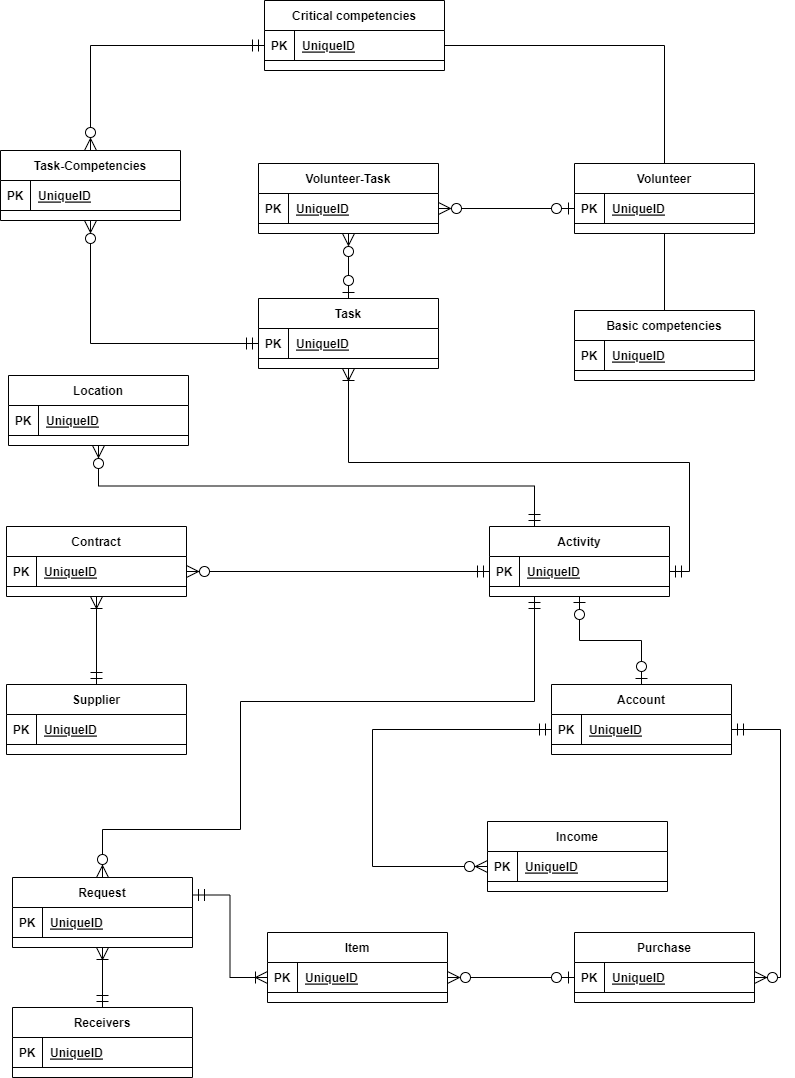
Above: ERD 2.0.png in C4ptainHook/Database-Coursework (draw.io), before the change. Source tidied: cells renumbered, new cells last; positions are measured from the earlier drawing's top-left corner, leaving out a move shared by most shapes.
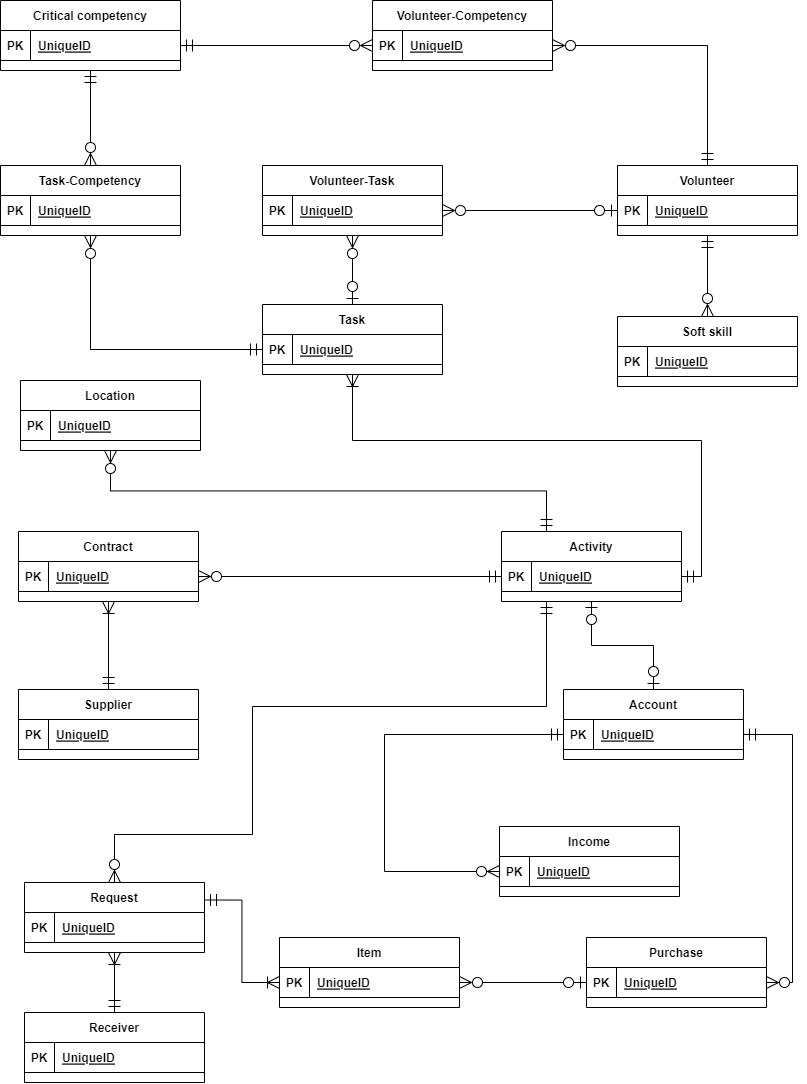
Later version of the same file.

Commit message:
ERD rels

What changed in the source:
```diff
@@ -62,7 +62,7 @@
     <mxCell id="21" value="UniqueID" style="shape=partialRectangle;fillColor=none;top=0;left=0;bottom=0;right=0;align=left;spacingLeft=6;fontStyle=5;overflow=hidden;" parent="19" vertex="1">
       <mxGeometry x="30" width="150" height="30" as="geometry" />
     </mxCell>
-    <mxCell id="22" value="Receivers" style="shape=table;startSize=30;rowLines=0;fontStyle=1;align=center;" parent="1" vertex="1">
+    <mxCell id="22" value="Receiver" style="shape=table;startSize=30;rowLines=0;fontStyle=1;align=center;" parent="1" vertex="1">
       <mxGeometry x="12" y="1007" width="180" height="70" as="geometry" />
     </mxCell>
     <mxCell id="23" style="shape=tableRow;horizontal=0;startSize=0;swimlaneHead=0;swimlaneBody=0;fillColor=none;top=0;left=0;right=0;bottom=1;" parent="22" vertex="1">
@@ -90,7 +90,7 @@
       <mxGeometry relative="1" as="geometry" />
     </mxCell>
     <mxCell id="31" value="Task" style="shape=table;startSize=30;rowLines=0;fontStyle=1;align=center;" parent="1" vertex="1">
-      <mxGeometry x="258" y="298" width="180" height="70" as="geometry" />
+      <mxGeometry x="250" y="299" width="180" height="70" as="geometry" />
     </mxCell>
     <mxCell id="32" style="shape=tableRow;horizontal=0;startSize=0;swimlaneHead=0;swimlaneBody=0;fillColor=none;points=[[0,0.5],[1,0.5]];portConstraint=eastwest;top=0;left=0;right=0;bottom=1;" parent="31" vertex="1">
       <mxGeometry y="30" width="180" height="30" as="geometry" />
@@ -113,11 +113,11 @@
     <mxCell id="38" value="UniqueID" style="shape=partialRectangle;fillColor=none;top=0;left=0;bottom=0;right=0;align=left;spacingLeft=6;fontStyle=5;overflow=hidden;" parent="36" vertex="1">
       <mxGeometry x="30" width="150" height="30" as="geometry" />
     </mxCell>
-    <mxCell id="39" style="edgeStyle=orthogonalEdgeStyle;rounded=0;jettySize=auto;html=1;exitX=0.5;exitY=1;exitDx=0;exitDy=0;entryX=0.5;entryY=0;entryDx=0;entryDy=0;endArrow=none;endFill=0;" parent="1" edge="1" source="40" target="44">
+    <mxCell id="39" style="edgeStyle=orthogonalEdgeStyle;rounded=0;jettySize=auto;html=1;exitX=0.5;exitY=1;exitDx=0;exitDy=0;entryX=0.5;entryY=0;entryDx=0;entryDy=0;endArrow=ERzeroToMany;endFill=0;startArrow=ERmandOne;startFill=0;endSize=10;startSize=10;" parent="1" edge="1" source="40" target="44">
       <mxGeometry relative="1" as="geometry" />
     </mxCell>
     <mxCell id="40" value="Volunteer" style="shape=table;startSize=30;rowLines=0;fontStyle=1;align=center;" parent="1" vertex="1">
-      <mxGeometry x="574" y="163" width="180" height="70" as="geometry" />
+      <mxGeometry x="605" y="160" width="180" height="70" as="geometry" />
     </mxCell>
     <mxCell id="41" style="shape=tableRow;horizontal=0;startSize=0;swimlaneHead=0;swimlaneBody=0;fillColor=none;points=[[0,0.5],[1,0.5]];portConstraint=eastwest;top=0;left=0;right=0;bottom=1;" parent="40" vertex="1">
       <mxGeometry y="30" width="180" height="30" as="geometry" />
@@ -128,8 +128,8 @@
     <mxCell id="43" value="UniqueID" style="shape=partialRectangle;fillColor=none;top=0;left=0;bottom=0;right=0;align=left;spacingLeft=6;fontStyle=5;overflow=hidden;" parent="41" vertex="1">
       <mxGeometry x="30" width="150" height="30" as="geometry" />
     </mxCell>
-    <mxCell id="44" value="Basic competencies" style="shape=table;startSize=30;rowLines=0;fontStyle=1;align=center;" parent="1" vertex="1">
-      <mxGeometry x="574" y="310" width="180" height="70" as="geometry" />
+    <mxCell id="44" value="Soft skill" style="shape=table;startSize=30;rowLines=0;fontStyle=1;align=center;" parent="1" vertex="1">
+      <mxGeometry x="605" y="311" width="180" height="70" as="geometry" />
     </mxCell>
     <mxCell id="45" style="shape=tableRow;horizontal=0;startSize=0;swimlaneHead=0;swimlaneBody=0;fillColor=none;top=0;left=0;right=0;bottom=1;" parent="44" vertex="1">
       <mxGeometry y="30" width="180" height="30" as="geometry" />
@@ -140,8 +140,8 @@
     <mxCell id="47" value="UniqueID" style="shape=partialRectangle;fillColor=none;top=0;left=0;bottom=0;right=0;align=left;spacingLeft=6;fontStyle=5;overflow=hidden;" parent="45" vertex="1">
       <mxGeometry x="30" width="150" height="30" as="geometry" />
     </mxCell>
-    <mxCell id="48" value="Critical competencies" style="shape=table;startSize=30;rowLines=0;fontStyle=1;align=center;" parent="1" vertex="1">
-      <mxGeometry x="264" width="180" height="70" as="geometry" />
+    <mxCell id="48" value="Critical competency" style="shape=table;startSize=30;rowLines=0;fontStyle=1;align=center;" parent="1" vertex="1">
+      <mxGeometry x="-12" y="-5" width="180" height="70" as="geometry" />
     </mxCell>
     <mxCell id="49" style="shape=tableRow;horizontal=0;startSize=0;swimlaneHead=0;swimlaneBody=0;fillColor=none;points=[[0,0.5],[1,0.5]];portConstraint=eastwest;top=0;left=0;right=0;bottom=1;" parent="48" vertex="1">
       <mxGeometry y="30" width="180" height="30" as="geometry" />
@@ -152,14 +152,18 @@
     <mxCell id="51" value="UniqueID" style="shape=partialRectangle;fillColor=none;top=0;left=0;bottom=0;right=0;align=left;spacingLeft=6;fontStyle=5;overflow=hidden;" parent="49" vertex="1">
       <mxGeometry x="30" width="150" height="30" as="geometry" />
     </mxCell>
-    <mxCell id="52" style="edgeStyle=orthogonalEdgeStyle;rounded=0;jettySize=auto;html=1;exitX=1;exitY=0.5;exitDx=0;exitDy=0;entryX=0.5;entryY=1;entryDx=0;entryDy=0;endArrow=ERoneToMany;endFill=0;startArrow=ERmandOne;startFill=0;endSize=10;startSize=10;" parent="1" edge="1" source="15" target="31">
-      <mxGeometry relative="1" as="geometry" />
+    <mxCell id="52" style="edgeStyle=orthogonalEdgeStyle;rounded=0;jettySize=auto;html=1;exitX=1;exitY=0.5;exitDx=0;exitDy=0;endArrow=ERoneToMany;endFill=0;startArrow=ERmandOne;startFill=0;endSize=10;startSize=10;" parent="1" edge="1" source="15">
+      <mxGeometry relative="1" as="geometry">
+        <mxPoint x="340" y="369" as="targetPoint" />
+        <Array as="points">
+          <mxPoint x="689" y="571" />
+          <mxPoint x="689" y="435" />
+          <mxPoint x="340" y="435" />
+        </Array>
+      </mxGeometry>
     </mxCell>
-    <mxCell id="53" style="edgeStyle=orthogonalEdgeStyle;rounded=0;jettySize=auto;html=1;exitX=1;exitY=0.5;exitDx=0;exitDy=0;entryX=0.5;entryY=0;entryDx=0;entryDy=0;endArrow=none;endFill=0;" parent="1" edge="1" source="49" target="40">
-      <mxGeometry relative="1" as="geometry" />
-    </mxCell>
     <mxCell id="54" value="Volunteer-Task" style="shape=table;startSize=30;rowLines=0;fontStyle=1;align=center;" parent="1" vertex="1">
-      <mxGeometry x="258" y="163" width="180" height="70" as="geometry" />
+      <mxGeometry x="250" y="160" width="180" height="70" as="geometry" />
     </mxCell>
     <mxCell id="55" style="shape=tableRow;horizontal=0;startSize=0;swimlaneHead=0;swimlaneBody=0;fillColor=none;points=[[0,0.5],[1,0.5]];portConstraint=eastwest;top=0;left=0;right=0;bottom=1;" parent="54" vertex="1">
       <mxGeometry y="30" width="180" height="30" as="geometry" />
@@ -244,8 +248,8 @@
     <mxCell id="76" style="edgeStyle=orthogonalEdgeStyle;rounded=0;jettySize=auto;html=1;entryX=0.5;entryY=1;entryDx=0;entryDy=0;startArrow=ERmandOne;startFill=0;endArrow=ERzeroToMany;endFill=0;startSize=10;endSize=10;exitX=0;exitY=0.5;exitDx=0;exitDy=0;" parent="1" edge="1" source="32" target="77">
       <mxGeometry relative="1" as="geometry" />
     </mxCell>
-    <mxCell id="77" value="Task-Competencies" style="shape=table;startSize=30;rowLines=0;fontStyle=1;align=center;" parent="1" vertex="1">
-      <mxGeometry y="150" width="180" height="70" as="geometry" />
+    <mxCell id="77" value="Task-Competency" style="shape=table;startSize=30;rowLines=0;fontStyle=1;align=center;" parent="1" vertex="1">
+      <mxGeometry x="-12" y="160" width="180" height="70" as="geometry" />
     </mxCell>
     <mxCell id="78" style="shape=tableRow;horizontal=0;startSize=0;swimlaneHead=0;swimlaneBody=0;fillColor=none;top=0;left=0;right=0;bottom=1;" parent="77" vertex="1">
       <mxGeometry y="30" width="180" height="30" as="geometry" />
@@ -259,8 +263,26 @@
     <mxCell id="81" style="edgeStyle=orthogonalEdgeStyle;rounded=0;jettySize=auto;html=1;exitX=0;exitY=0.5;exitDx=0;exitDy=0;startArrow=ERzeroToOne;startFill=0;endArrow=ERzeroToMany;endFill=0;startSize=10;endSize=10;" parent="1" edge="1" source="41" target="55">
       <mxGeometry relative="1" as="geometry" />
     </mxCell>
-    <mxCell id="82" style="edgeStyle=orthogonalEdgeStyle;rounded=0;jettySize=auto;html=1;exitX=0;exitY=0.5;exitDx=0;exitDy=0;entryX=0.5;entryY=0;entryDx=0;entryDy=0;startArrow=ERmandOne;startFill=0;endArrow=ERzeroToMany;endFill=0;startSize=10;endSize=10;" parent="1" edge="1" source="49" target="77">
+    <mxCell id="82" style="edgeStyle=orthogonalEdgeStyle;rounded=0;jettySize=auto;html=1;exitX=0.5;exitY=1;exitDx=0;exitDy=0;entryX=0.5;entryY=0;entryDx=0;entryDy=0;startArrow=ERmandOne;startFill=0;endArrow=ERzeroToMany;endFill=0;startSize=10;endSize=10;" parent="1" edge="1" source="48" target="77">
       <mxGeometry relative="1" as="geometry" />
     </mxCell>
+    <mxCell id="83" value="Volunteer-Competency" style="shape=table;startSize=30;rowLines=0;fontStyle=1;align=center;" parent="1" vertex="1">
+      <mxGeometry x="360" y="-5" width="180" height="70" as="geometry" />
+    </mxCell>
+    <mxCell id="84" style="shape=tableRow;horizontal=0;startSize=0;swimlaneHead=0;swimlaneBody=0;fillColor=none;points=[[0,0.5],[1,0.5]];portConstraint=eastwest;top=0;left=0;right=0;bottom=1;" parent="83" vertex="1">
+      <mxGeometry y="30" width="180" height="30" as="geometry" />
+    </mxCell>
+    <mxCell id="85" value="PK" style="shape=partialRectangle;fillColor=none;top=0;left=0;bottom=0;right=0;fontStyle=1;overflow=hidden;" parent="84" vertex="1">
+      <mxGeometry width="30" height="30" as="geometry" />
+    </mxCell>
+    <mxCell id="86" value="UniqueID" style="shape=partialRectangle;fillColor=none;top=0;left=0;bottom=0;right=0;align=left;spacingLeft=6;fontStyle=5;overflow=hidden;" parent="84" vertex="1">
+      <mxGeometry x="30" width="150" height="30" as="geometry" />
+    </mxCell>
+    <mxCell id="87" style="edgeStyle=orthogonalEdgeStyle;rounded=0;jettySize=auto;html=1;exitX=1;exitY=0.5;exitDx=0;exitDy=0;entryX=0;entryY=0.5;entryDx=0;entryDy=0;startArrow=ERmandOne;startFill=0;endArrow=ERzeroToMany;endFill=0;startSize=10;endSize=10;" parent="1" edge="1" source="49" target="84">
+      <mxGeometry relative="1" as="geometry" />
+    </mxCell>
+    <mxCell id="88" style="edgeStyle=orthogonalEdgeStyle;rounded=0;jettySize=auto;html=1;exitX=0.5;exitY=0;exitDx=0;exitDy=0;startArrow=ERmandOne;startFill=0;endArrow=ERzeroToMany;endFill=0;startSize=10;endSize=10;entryX=1;entryY=0.5;entryDx=0;entryDy=0;" parent="1" edge="1" source="40" target="84">
+      <mxGeometry relative="1" as="geometry" />
+    </mxCell>
   </root>
 </mxGraphModel>
```
